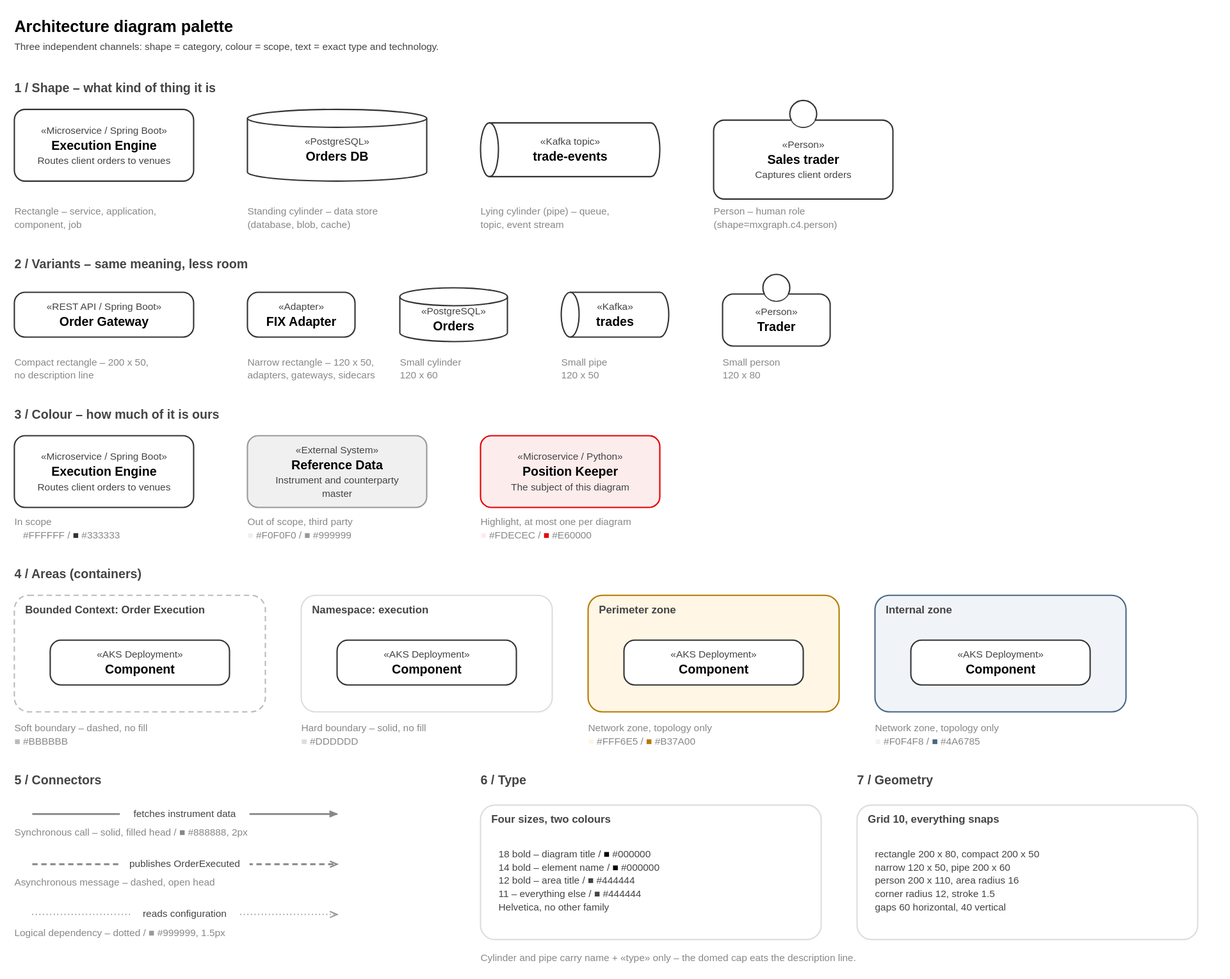
Above: templates/palette.drawio.svg in wojciech-ruchlewicz/drawio-architecture-kit (draw.io), before the change. Source tidied: cells renumbered, new cells last; positions are measured from the earlier drawing's top-left corner, leaving out a move shared by most shapes.
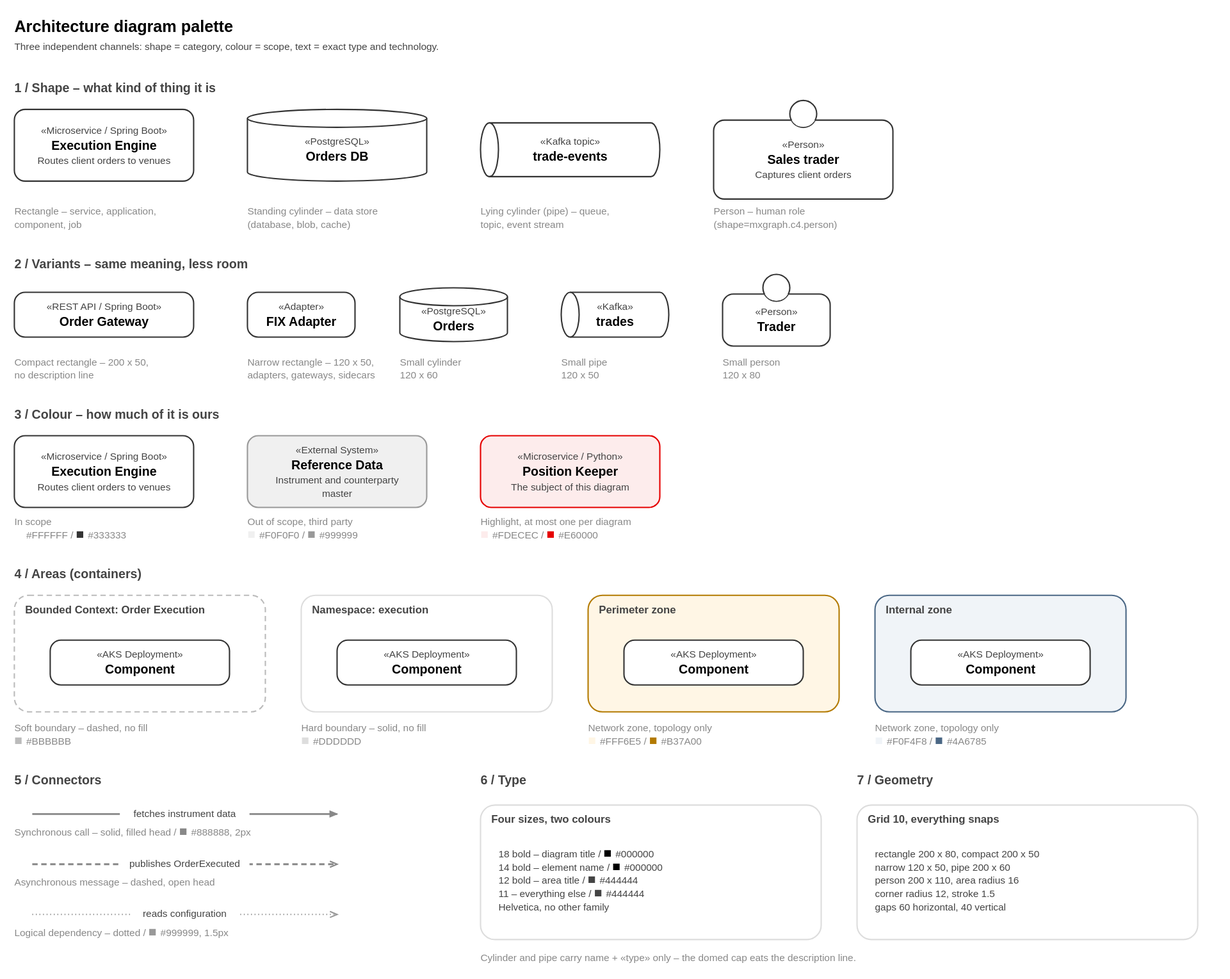
After the change.

Diff of the diagram source:
```diff
@@ -74,19 +74,19 @@
     <mxCell id="25" value="&lt;div style=&quot;line-height:1.3&quot;&gt;&lt;font style=&quot;font-size:11px;color:#444444&quot;&gt;&amp;laquo;Microservice / Spring Boot&amp;raquo;&lt;/font&gt;&lt;br&gt;&lt;b style=&quot;font-size:14px;color:#000000&quot;&gt;Execution Engine&lt;/b&gt;&lt;br&gt;&lt;font style=&quot;font-size:11px;color:#444444&quot;&gt;Routes client orders to venues&lt;/font&gt;&lt;/div&gt;" style="rounded=1;absoluteArcSize=1;arcSize=24;whiteSpace=wrap;html=1;strokeWidth=1.5;fontFamily=Helvetica;fontSize=14;fontColor=#000000;align=center;verticalAlign=middle;spacingLeft=6;spacingRight=6;shadow=0;fillColor=#FFFFFF;strokeColor=#333333;" parent="1" vertex="1">
       <mxGeometry y="470" width="200" height="80" as="geometry" />
     </mxCell>
-    <mxCell id="26" value="In scope&lt;br&gt;&lt;font color=&quot;#FFFFFF&quot;&gt;■&lt;/font&gt; #FFFFFF / &lt;font color=&quot;#333333&quot;&gt;■&lt;/font&gt; #333333" style="text;html=1;align=left;verticalAlign=middle;fontFamily=Helvetica;fontSize=11;fontColor=#888888;" parent="1" vertex="1">
+    <mxCell id="26" value="In scope&lt;br&gt;&lt;font color=&quot;#FFFFFF&quot; style=&quot;font-size:15px&quot;&gt;■&lt;/font&gt; #FFFFFF / &lt;font color=&quot;#333333&quot; style=&quot;font-size:15px&quot;&gt;■&lt;/font&gt; #333333" style="text;html=1;align=left;verticalAlign=middle;fontFamily=Helvetica;fontSize=11;fontColor=#888888;" parent="1" vertex="1">
       <mxGeometry y="558" width="250" height="30" as="geometry" />
     </mxCell>
     <mxCell id="27" value="&lt;div style=&quot;line-height:1.3&quot;&gt;&lt;font style=&quot;font-size:11px;color:#444444&quot;&gt;&amp;laquo;External System&amp;raquo;&lt;/font&gt;&lt;br&gt;&lt;b style=&quot;font-size:14px;color:#000000&quot;&gt;Reference Data&lt;/b&gt;&lt;br&gt;&lt;font style=&quot;font-size:11px;color:#444444&quot;&gt;Instrument and counterparty master&lt;/font&gt;&lt;/div&gt;" style="rounded=1;absoluteArcSize=1;arcSize=24;whiteSpace=wrap;html=1;strokeWidth=1.5;fontFamily=Helvetica;fontSize=14;fontColor=#000000;align=center;verticalAlign=middle;spacingLeft=6;spacingRight=6;shadow=0;fillColor=#F0F0F0;strokeColor=#999999;" parent="1" vertex="1">
       <mxGeometry x="260" y="470" width="200" height="80" as="geometry" />
     </mxCell>
-    <mxCell id="28" value="Out of scope, third party&lt;br&gt;&lt;font color=&quot;#F0F0F0&quot;&gt;■&lt;/font&gt; #F0F0F0 / &lt;font color=&quot;#999999&quot;&gt;■&lt;/font&gt; #999999" style="text;html=1;align=left;verticalAlign=middle;fontFamily=Helvetica;fontSize=11;fontColor=#888888;" parent="1" vertex="1">
+    <mxCell id="28" value="Out of scope, third party&lt;br&gt;&lt;font color=&quot;#F0F0F0&quot; style=&quot;font-size:15px&quot;&gt;■&lt;/font&gt; #F0F0F0 / &lt;font color=&quot;#999999&quot; style=&quot;font-size:15px&quot;&gt;■&lt;/font&gt; #999999" style="text;html=1;align=left;verticalAlign=middle;fontFamily=Helvetica;fontSize=11;fontColor=#888888;" parent="1" vertex="1">
       <mxGeometry x="260" y="558" width="250" height="30" as="geometry" />
     </mxCell>
     <mxCell id="29" value="&lt;div style=&quot;line-height:1.3&quot;&gt;&lt;font style=&quot;font-size:11px;color:#444444&quot;&gt;&amp;laquo;Microservice / Python&amp;raquo;&lt;/font&gt;&lt;br&gt;&lt;b style=&quot;font-size:14px;color:#000000&quot;&gt;Position Keeper&lt;/b&gt;&lt;br&gt;&lt;font style=&quot;font-size:11px;color:#444444&quot;&gt;The subject of this diagram&lt;/font&gt;&lt;/div&gt;" style="rounded=1;absoluteArcSize=1;arcSize=24;whiteSpace=wrap;html=1;strokeWidth=1.5;fontFamily=Helvetica;fontSize=14;fontColor=#000000;align=center;verticalAlign=middle;spacingLeft=6;spacingRight=6;shadow=0;fillColor=#FDECEC;strokeColor=#E60000;" parent="1" vertex="1">
       <mxGeometry x="520" y="470" width="200" height="80" as="geometry" />
     </mxCell>
-    <mxCell id="30" value="Highlight, at most one per diagram&lt;br&gt;&lt;font color=&quot;#FDECEC&quot;&gt;■&lt;/font&gt; #FDECEC / &lt;font color=&quot;#E60000&quot;&gt;■&lt;/font&gt; #E60000" style="text;html=1;align=left;verticalAlign=middle;fontFamily=Helvetica;fontSize=11;fontColor=#888888;" parent="1" vertex="1">
+    <mxCell id="30" value="Highlight, at most one per diagram&lt;br&gt;&lt;font color=&quot;#FDECEC&quot; style=&quot;font-size:15px&quot;&gt;■&lt;/font&gt; #FDECEC / &lt;font color=&quot;#E60000&quot; style=&quot;font-size:15px&quot;&gt;■&lt;/font&gt; #E60000" style="text;html=1;align=left;verticalAlign=middle;fontFamily=Helvetica;fontSize=11;fontColor=#888888;" parent="1" vertex="1">
       <mxGeometry x="520" y="558" width="250" height="30" as="geometry" />
     </mxCell>
     <mxCell id="31" value="4 / Areas (containers)" style="text;html=1;align=left;verticalAlign=middle;fontFamily=Helvetica;fontSize=14;fontColor=#444444;fontStyle=1;" parent="1" vertex="1">
@@ -98,7 +98,7 @@
     <mxCell id="33" value="&lt;div style=&quot;line-height:1.3&quot;&gt;&lt;font style=&quot;font-size:11px;color:#444444&quot;&gt;&amp;laquo;AKS Deployment&amp;raquo;&lt;/font&gt;&lt;br&gt;&lt;b style=&quot;font-size:14px;color:#000000&quot;&gt;Component&lt;/b&gt;&lt;/div&gt;" style="rounded=1;absoluteArcSize=1;arcSize=24;whiteSpace=wrap;html=1;strokeWidth=1.5;fontFamily=Helvetica;fontSize=14;fontColor=#000000;align=center;verticalAlign=middle;spacingLeft=6;spacingRight=6;shadow=0;fillColor=#FFFFFF;strokeColor=#333333;" parent="32" vertex="1">
       <mxGeometry x="40" y="50" width="200" height="50" as="geometry" />
     </mxCell>
-    <mxCell id="34" value="Soft boundary – dashed, no fill&lt;br&gt;&lt;font color=&quot;#BBBBBB&quot;&gt;■&lt;/font&gt; #BBBBBB" style="text;html=1;align=left;verticalAlign=middle;fontFamily=Helvetica;fontSize=11;fontColor=#888888;" parent="1" vertex="1">
+    <mxCell id="34" value="Soft boundary – dashed, no fill&lt;br&gt;&lt;font color=&quot;#BBBBBB&quot; style=&quot;font-size:15px&quot;&gt;■&lt;/font&gt; #BBBBBB" style="text;html=1;align=left;verticalAlign=middle;fontFamily=Helvetica;fontSize=11;fontColor=#888888;" parent="1" vertex="1">
       <mxGeometry y="788" width="280" height="30" as="geometry" />
     </mxCell>
     <mxCell id="35" value="Namespace: execution" style="rounded=1;absoluteArcSize=1;arcSize=32;whiteSpace=wrap;html=1;strokeWidth=1.5;fontFamily=Helvetica;fontSize=12;fontStyle=1;fontColor=#444444;align=left;verticalAlign=top;spacingLeft=12;spacingTop=4;shadow=0;fillColor=none;strokeColor=#DDDDDD;" parent="1" vertex="1">
@@ -107,7 +107,7 @@
     <mxCell id="36" value="&lt;div style=&quot;line-height:1.3&quot;&gt;&lt;font style=&quot;font-size:11px;color:#444444&quot;&gt;&amp;laquo;AKS Deployment&amp;raquo;&lt;/font&gt;&lt;br&gt;&lt;b style=&quot;font-size:14px;color:#000000&quot;&gt;Component&lt;/b&gt;&lt;/div&gt;" style="rounded=1;absoluteArcSize=1;arcSize=24;whiteSpace=wrap;html=1;strokeWidth=1.5;fontFamily=Helvetica;fontSize=14;fontColor=#000000;align=center;verticalAlign=middle;spacingLeft=6;spacingRight=6;shadow=0;fillColor=#FFFFFF;strokeColor=#333333;" parent="35" vertex="1">
       <mxGeometry x="40" y="50" width="200" height="50" as="geometry" />
     </mxCell>
-    <mxCell id="37" value="Hard boundary – solid, no fill&lt;br&gt;&lt;font color=&quot;#DDDDDD&quot;&gt;■&lt;/font&gt; #DDDDDD" style="text;html=1;align=left;verticalAlign=middle;fontFamily=Helvetica;fontSize=11;fontColor=#888888;" parent="1" vertex="1">
+    <mxCell id="37" value="Hard boundary – solid, no fill&lt;br&gt;&lt;font color=&quot;#DDDDDD&quot; style=&quot;font-size:15px&quot;&gt;■&lt;/font&gt; #DDDDDD" style="text;html=1;align=left;verticalAlign=middle;fontFamily=Helvetica;fontSize=11;fontColor=#888888;" parent="1" vertex="1">
       <mxGeometry x="320" y="788" width="280" height="30" as="geometry" />
     </mxCell>
     <mxCell id="38" value="Perimeter zone" style="rounded=1;absoluteArcSize=1;arcSize=32;whiteSpace=wrap;html=1;strokeWidth=1.5;fontFamily=Helvetica;fontSize=12;fontStyle=1;fontColor=#444444;align=left;verticalAlign=top;spacingLeft=12;spacingTop=4;shadow=0;fillColor=#FFF6E5;strokeColor=#B37A00;" parent="1" vertex="1">
@@ -116,7 +116,7 @@
     <mxCell id="39" value="&lt;div style=&quot;line-height:1.3&quot;&gt;&lt;font style=&quot;font-size:11px;color:#444444&quot;&gt;&amp;laquo;AKS Deployment&amp;raquo;&lt;/font&gt;&lt;br&gt;&lt;b style=&quot;font-size:14px;color:#000000&quot;&gt;Component&lt;/b&gt;&lt;/div&gt;" style="rounded=1;absoluteArcSize=1;arcSize=24;whiteSpace=wrap;html=1;strokeWidth=1.5;fontFamily=Helvetica;fontSize=14;fontColor=#000000;align=center;verticalAlign=middle;spacingLeft=6;spacingRight=6;shadow=0;fillColor=#FFFFFF;strokeColor=#333333;" parent="38" vertex="1">
       <mxGeometry x="40" y="50" width="200" height="50" as="geometry" />
     </mxCell>
-    <mxCell id="40" value="Network zone, topology only&lt;br&gt;&lt;font color=&quot;#FFF6E5&quot;&gt;■&lt;/font&gt; #FFF6E5 / &lt;font color=&quot;#B37A00&quot;&gt;■&lt;/font&gt; #B37A00" style="text;html=1;align=left;verticalAlign=middle;fontFamily=Helvetica;fontSize=11;fontColor=#888888;" parent="1" vertex="1">
+    <mxCell id="40" value="Network zone, topology only&lt;br&gt;&lt;font color=&quot;#FFF6E5&quot; style=&quot;font-size:15px&quot;&gt;■&lt;/font&gt; #FFF6E5 / &lt;font color=&quot;#B37A00&quot; style=&quot;font-size:15px&quot;&gt;■&lt;/font&gt; #B37A00" style="text;html=1;align=left;verticalAlign=middle;fontFamily=Helvetica;fontSize=11;fontColor=#888888;" parent="1" vertex="1">
       <mxGeometry x="640" y="788" width="280" height="30" as="geometry" />
     </mxCell>
     <mxCell id="41" value="Internal zone" style="rounded=1;absoluteArcSize=1;arcSize=32;whiteSpace=wrap;html=1;strokeWidth=1.5;fontFamily=Helvetica;fontSize=12;fontStyle=1;fontColor=#444444;align=left;verticalAlign=top;spacingLeft=12;spacingTop=4;shadow=0;fillColor=#F0F4F8;strokeColor=#4A6785;" parent="1" vertex="1">
@@ -125,7 +125,7 @@
     <mxCell id="42" value="&lt;div style=&quot;line-height:1.3&quot;&gt;&lt;font style=&quot;font-size:11px;color:#444444&quot;&gt;&amp;laquo;AKS Deployment&amp;raquo;&lt;/font&gt;&lt;br&gt;&lt;b style=&quot;font-size:14px;color:#000000&quot;&gt;Component&lt;/b&gt;&lt;/div&gt;" style="rounded=1;absoluteArcSize=1;arcSize=24;whiteSpace=wrap;html=1;strokeWidth=1.5;fontFamily=Helvetica;fontSize=14;fontColor=#000000;align=center;verticalAlign=middle;spacingLeft=6;spacingRight=6;shadow=0;fillColor=#FFFFFF;strokeColor=#333333;" parent="41" vertex="1">
       <mxGeometry x="40" y="50" width="200" height="50" as="geometry" />
     </mxCell>
-    <mxCell id="43" value="Network zone, topology only&lt;br&gt;&lt;font color=&quot;#F0F4F8&quot;&gt;■&lt;/font&gt; #F0F4F8 / &lt;font color=&quot;#4A6785&quot;&gt;■&lt;/font&gt; #4A6785" style="text;html=1;align=left;verticalAlign=middle;fontFamily=Helvetica;fontSize=11;fontColor=#888888;" parent="1" vertex="1">
+    <mxCell id="43" value="Network zone, topology only&lt;br&gt;&lt;font color=&quot;#F0F4F8&quot; style=&quot;font-size:15px&quot;&gt;■&lt;/font&gt; #F0F4F8 / &lt;font color=&quot;#4A6785&quot; style=&quot;font-size:15px&quot;&gt;■&lt;/font&gt; #4A6785" style="text;html=1;align=left;verticalAlign=middle;fontFamily=Helvetica;fontSize=11;fontColor=#888888;" parent="1" vertex="1">
       <mxGeometry x="960" y="788" width="280" height="30" as="geometry" />
     </mxCell>
     <mxCell id="44" value="5 / Connectors" style="text;html=1;align=left;verticalAlign=middle;fontFamily=Helvetica;fontSize=14;fontColor=#444444;fontStyle=1;" parent="1" vertex="1">
@@ -137,7 +137,7 @@
         <mxPoint x="360" y="892" as="targetPoint" />
       </mxGeometry>
     </mxCell>
-    <mxCell id="46" value="Synchronous call – solid, filled head / &lt;font color=&quot;#888888&quot;&gt;■&lt;/font&gt; #888888, 2px" style="text;html=1;align=left;verticalAlign=middle;fontFamily=Helvetica;fontSize=11;fontColor=#888888;" parent="1" vertex="1">
+    <mxCell id="46" value="Synchronous call – solid, filled head / &lt;font color=&quot;#888888&quot; style=&quot;font-size:15px&quot;&gt;■&lt;/font&gt; #888888, 2px" style="text;html=1;align=left;verticalAlign=middle;fontFamily=Helvetica;fontSize=11;fontColor=#888888;" parent="1" vertex="1">
       <mxGeometry y="904" width="480" height="16" as="geometry" />
     </mxCell>
     <mxCell id="47" value="publishes OrderExecuted" style="edgeStyle=orthogonalEdgeStyle;rounded=1;arcSize=10;html=1;jumpStyle=arc;jumpSize=8;fontFamily=Helvetica;fontSize=11;fontColor=#444444;labelBackgroundColor=#FFFFFF;strokeWidth=2;strokeColor=#888888;endArrow=open;endFill=0;endSize=8;dashed=1;dashPattern=6 4;" parent="1" edge="1">
@@ -155,7 +155,7 @@
         <mxPoint x="360" y="1004" as="targetPoint" />
       </mxGeometry>
     </mxCell>
-    <mxCell id="50" value="Logical dependency – dotted / &lt;font color=&quot;#999999&quot;&gt;■&lt;/font&gt; #999999, 1.5px" style="text;html=1;align=left;verticalAlign=middle;fontFamily=Helvetica;fontSize=11;fontColor=#888888;" parent="1" vertex="1">
+    <mxCell id="50" value="Logical dependency – dotted / &lt;font color=&quot;#999999&quot; style=&quot;font-size:15px&quot;&gt;■&lt;/font&gt; #999999, 1.5px" style="text;html=1;align=left;verticalAlign=middle;fontFamily=Helvetica;fontSize=11;fontColor=#888888;" parent="1" vertex="1">
       <mxGeometry y="1016" width="480" height="16" as="geometry" />
     </mxCell>
     <mxCell id="51" value="6 / Type" style="text;html=1;align=left;verticalAlign=middle;fontFamily=Helvetica;fontSize=14;fontColor=#444444;fontStyle=1;" parent="1" vertex="1">
@@ -164,7 +164,7 @@
     <mxCell id="52" value="Four sizes, two colours" style="rounded=1;absoluteArcSize=1;arcSize=32;whiteSpace=wrap;html=1;strokeWidth=1.5;fontFamily=Helvetica;fontSize=12;fontStyle=1;fontColor=#444444;align=left;verticalAlign=top;spacingLeft=12;spacingTop=4;shadow=0;fillColor=none;strokeColor=#DDDDDD;" parent="1" vertex="1">
       <mxGeometry x="520" y="882" width="380" height="150" as="geometry" />
     </mxCell>
-    <mxCell id="53" value="18 bold – diagram title / &lt;font color=&quot;#000000&quot;&gt;■&lt;/font&gt; #000000&lt;br&gt;14 bold – element name / &lt;font color=&quot;#000000&quot;&gt;■&lt;/font&gt; #000000&lt;br&gt;12 bold – area title / &lt;font color=&quot;#444444&quot;&gt;■&lt;/font&gt; #444444&lt;br&gt;11 – everything else / &lt;font color=&quot;#444444&quot;&gt;■&lt;/font&gt; #444444&lt;br&gt;Helvetica, no other family" style="text;html=1;align=left;verticalAlign=middle;fontFamily=Helvetica;fontSize=11;fontColor=#444444;" parent="52" vertex="1">
+    <mxCell id="53" value="18 bold – diagram title / &lt;font color=&quot;#000000&quot; style=&quot;font-size:15px&quot;&gt;■&lt;/font&gt; #000000&lt;br&gt;14 bold – element name / &lt;font color=&quot;#000000&quot; style=&quot;font-size:15px&quot;&gt;■&lt;/font&gt; #000000&lt;br&gt;12 bold – area title / &lt;font color=&quot;#444444&quot; style=&quot;font-size:15px&quot;&gt;■&lt;/font&gt; #444444&lt;br&gt;11 – everything else / &lt;font color=&quot;#444444&quot; style=&quot;font-size:15px&quot;&gt;■&lt;/font&gt; #444444&lt;br&gt;Helvetica, no other family" style="text;html=1;align=left;verticalAlign=middle;fontFamily=Helvetica;fontSize=11;fontColor=#444444;" parent="52" vertex="1">
       <mxGeometry x="20" y="34" width="340" height="100" as="geometry" />
     </mxCell>
     <mxCell id="54" value="7 / Geometry" style="text;html=1;align=left;verticalAlign=middle;fontFamily=Helvetica;fontSize=14;fontColor=#444444;fontStyle=1;" parent="1" vertex="1">
```
